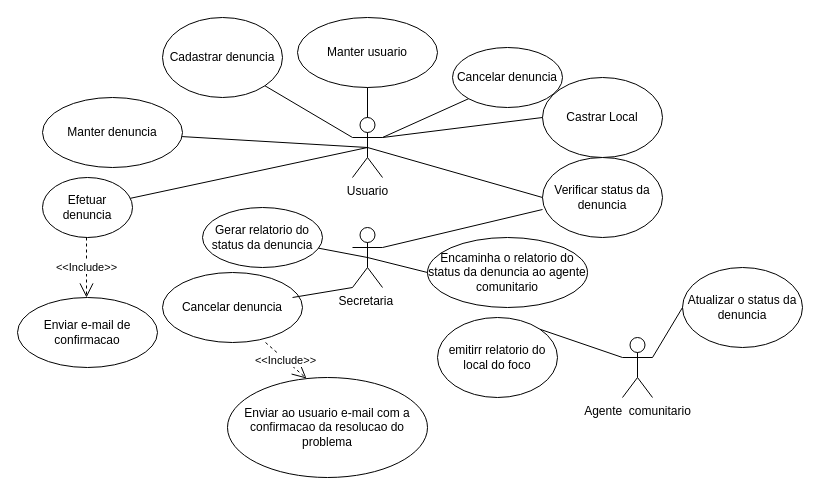
Before: Diagrama de use case pti3.drawio in Jefferson-sudo/Producao-textual-individual-3-semestre-Unopar, a draw.io diagram. Source tidied: cells renumbered, new cells numbered last; positions are measured from the earlier drawing's top-left corner, leaving out a move shared by most shapes. Both pictures are drawn from the tidied source at 100%, with x=0, y=0 at pixel (17, 17).
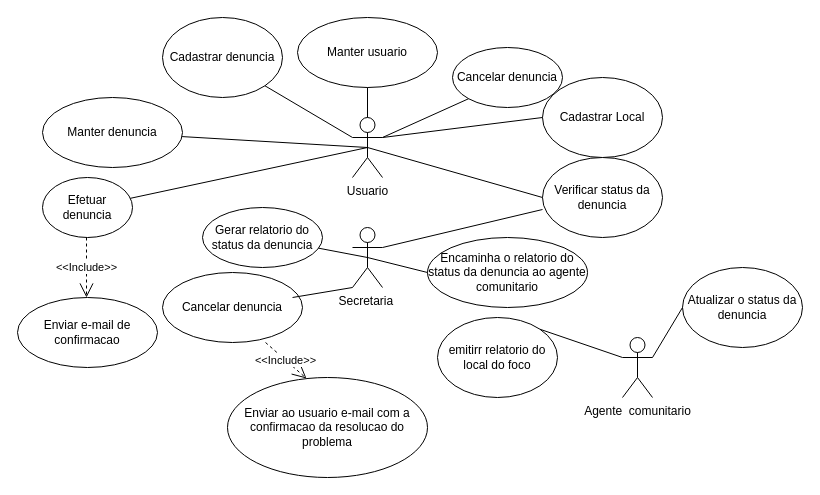
Above is the later version.

Commit message (it also covers changes not shown here):
atualizacao do diagrama de use case e adicionei a documentacao de use case

Diff of the diagram source:
```diff
@@
-    <mxCell id="9" value="Castrar Local" style="ellipse;whiteSpace=wrap;html=1;" parent="1" vertex="1">
+    <mxCell id="9" value="Cadastrar Local" style="ellipse;whiteSpace=wrap;html=1;" parent="1" vertex="1">
       <mxGeometry x="525" y="60" width="120" height="80" as="geometry" />
     </mxCell>
```
